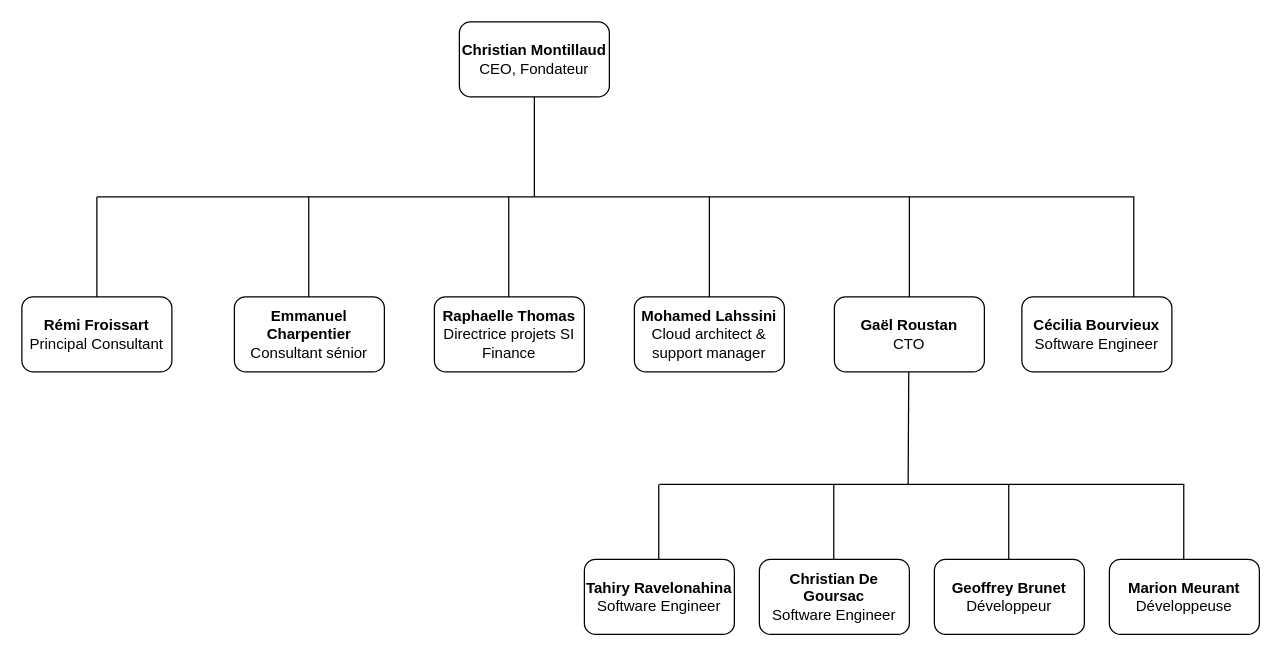
This is Drawio/organigramme.drawio from GeoffreyBrunet/memoire-i2, a draw.io file, before an edit. Source tidied: cells renumbered, new cells numbered last; positions are measured from the earlier drawing's top-left corner, leaving out a move shared by most shapes. Both pictures are drawn from the tidied source at 125%, with x=0, y=0 at pixel (21, 21).
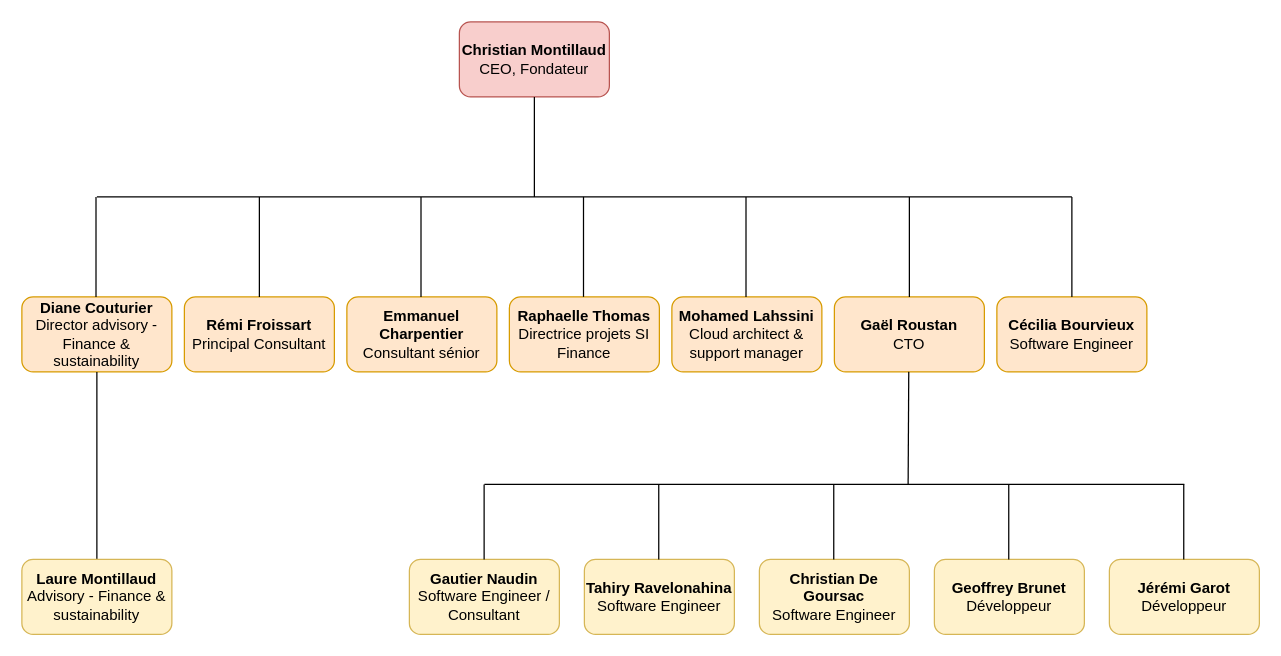
Above is the later version.

Change to the diagram source:
```diff
@@
-    <mxCell id="2" value="&lt;div&gt;&lt;b&gt;Christian Montillaud&lt;/b&gt;&lt;/div&gt;CEO, Fondateur" style="rounded=1;whiteSpace=wrap;html=1;" parent="1" vertex="1">
+    <mxCell id="2" value="&lt;div&gt;&lt;b&gt;Christian Montillaud&lt;/b&gt;&lt;/div&gt;CEO, Fondateur" style="rounded=1;whiteSpace=wrap;html=1;fillColor=#f8cecc;strokeColor=#b85450;" parent="1" vertex="1">
       <mxGeometry x="350" width="120" height="60" as="geometry" />
     </mxCell>
-    <mxCell id="3" value="&lt;div&gt;&lt;b&gt;Rémi Froissart&lt;/b&gt;&lt;/div&gt;&lt;div&gt;Principal Consultant&lt;br&gt;&lt;/div&gt;" style="rounded=1;whiteSpace=wrap;html=1;" parent="1" vertex="1">
-      <mxGeometry y="220" width="120" height="60" as="geometry" />
+    <mxCell id="3" value="&lt;div&gt;&lt;b&gt;Rémi Froissart&lt;/b&gt;&lt;/div&gt;&lt;div&gt;Principal Consultant&lt;br&gt;&lt;/div&gt;" style="rounded=1;whiteSpace=wrap;html=1;fillColor=#ffe6cc;strokeColor=#d79b00;" parent="1" vertex="1">
+      <mxGeometry x="130" y="220" width="120" height="60" as="geometry" />
     </mxCell>
-    <mxCell id="4" value="&lt;div&gt;&lt;b&gt;Gaël Roustan&lt;/b&gt;&lt;/div&gt;&lt;div&gt;CTO&lt;br&gt;&lt;/div&gt;" style="rounded=1;whiteSpace=wrap;html=1;" parent="1" vertex="1">
+    <mxCell id="4" value="&lt;div&gt;&lt;b&gt;Gaël Roustan&lt;/b&gt;&lt;/div&gt;&lt;div&gt;CTO&lt;br&gt;&lt;/div&gt;" style="rounded=1;whiteSpace=wrap;html=1;fillColor=#ffe6cc;strokeColor=#d79b00;" parent="1" vertex="1">
       <mxGeometry x="650" y="220" width="120" height="60" as="geometry" />
     </mxCell>
-    <mxCell id="5" value="&lt;div&gt;&lt;b&gt;Geoffrey Brunet&lt;/b&gt;&lt;br&gt;&lt;/div&gt;&lt;div&gt;Développeur&lt;br&gt;&lt;/div&gt;" style="rounded=1;whiteSpace=wrap;html=1;" parent="1" vertex="1">
+    <mxCell id="5" value="&lt;div&gt;&lt;b&gt;Geoffrey Brunet&lt;/b&gt;&lt;br&gt;&lt;/div&gt;&lt;div&gt;Développeur&lt;br&gt;&lt;/div&gt;" style="rounded=1;whiteSpace=wrap;html=1;fillColor=#fff2cc;strokeColor=#d6b656;" parent="1" vertex="1">
       <mxGeometry x="730" y="430" width="120" height="60" as="geometry" />
     </mxCell>
-    <mxCell id="6" value="&lt;div&gt;&lt;b&gt;Christian De Goursac&lt;/b&gt;&lt;br&gt;&lt;/div&gt;&lt;div&gt;Software Engineer&lt;br&gt;&lt;/div&gt;" style="rounded=1;whiteSpace=wrap;html=1;" parent="1" vertex="1">
+    <mxCell id="6" value="&lt;div&gt;&lt;b&gt;Christian De Goursac&lt;/b&gt;&lt;br&gt;&lt;/div&gt;&lt;div&gt;Software Engineer&lt;br&gt;&lt;/div&gt;" style="rounded=1;whiteSpace=wrap;html=1;fillColor=#fff2cc;strokeColor=#d6b656;" parent="1" vertex="1">
       <mxGeometry x="590" y="430" width="120" height="60" as="geometry" />
     </mxCell>
-    <mxCell id="7" value="&lt;div&gt;&lt;b&gt;Tahiry Ravelonahina&lt;/b&gt;&lt;br&gt;&lt;/div&gt;&lt;div&gt;Software Engineer&lt;br&gt;&lt;/div&gt;" style="rounded=1;whiteSpace=wrap;html=1;" parent="1" vertex="1">
+    <mxCell id="7" value="&lt;div&gt;&lt;b&gt;Tahiry Ravelonahina&lt;/b&gt;&lt;br&gt;&lt;/div&gt;&lt;div&gt;Software Engineer&lt;br&gt;&lt;/div&gt;" style="rounded=1;whiteSpace=wrap;html=1;fillColor=#fff2cc;strokeColor=#d6b656;" parent="1" vertex="1">
       <mxGeometry x="450" y="430" width="120" height="60" as="geometry" />
     </mxCell>
-    <mxCell id="8" value="&lt;div&gt;&lt;b&gt;Cécilia Bourvieux&lt;/b&gt;&lt;br&gt;&lt;/div&gt;&lt;div&gt;Software Engineer&lt;br&gt;&lt;/div&gt;" style="rounded=1;whiteSpace=wrap;html=1;" parent="1" vertex="1">
-      <mxGeometry x="800" y="220" width="120" height="60" as="geometry" />
+    <mxCell id="8" value="&lt;div&gt;&lt;b&gt;Cécilia Bourvieux&lt;/b&gt;&lt;br&gt;&lt;/div&gt;&lt;div&gt;Software Engineer&lt;br&gt;&lt;/div&gt;" style="rounded=1;whiteSpace=wrap;html=1;fillColor=#ffe6cc;strokeColor=#d79b00;" parent="1" vertex="1">
+      <mxGeometry x="780" y="220" width="120" height="60" as="geometry" />
     </mxCell>
-    <mxCell id="9" value="&lt;div&gt;&lt;b&gt;Raphaelle Thomas&lt;/b&gt;&lt;br&gt;&lt;/div&gt;&lt;div&gt;Directrice projets SI Finance&lt;br&gt;&lt;/div&gt;" style="rounded=1;whiteSpace=wrap;html=1;" parent="1" vertex="1">
-      <mxGeometry x="330" y="220" width="120" height="60" as="geometry" />
+    <mxCell id="9" value="&lt;div&gt;&lt;b&gt;Raphaelle Thomas&lt;/b&gt;&lt;br&gt;&lt;/div&gt;&lt;div&gt;Directrice projets SI Finance&lt;br&gt;&lt;/div&gt;" style="rounded=1;whiteSpace=wrap;html=1;fillColor=#ffe6cc;strokeColor=#d79b00;" parent="1" vertex="1">
+      <mxGeometry x="390" y="220" width="120" height="60" as="geometry" />
     </mxCell>
-    <mxCell id="10" value="&lt;div&gt;&lt;b&gt;Emmanuel Charpentier&lt;/b&gt;&lt;br&gt;&lt;/div&gt;&lt;div&gt;Consultant sénior&lt;br&gt;&lt;/div&gt;" style="rounded=1;whiteSpace=wrap;html=1;" parent="1" vertex="1">
-      <mxGeometry x="170" y="220" width="120" height="60" as="geometry" />
+    <mxCell id="10" value="&lt;div&gt;&lt;b&gt;Emmanuel Charpentier&lt;/b&gt;&lt;br&gt;&lt;/div&gt;&lt;div&gt;Consultant sénior&lt;br&gt;&lt;/div&gt;" style="rounded=1;whiteSpace=wrap;html=1;fillColor=#ffe6cc;strokeColor=#d79b00;" parent="1" vertex="1">
+      <mxGeometry x="260" y="220" width="120" height="60" as="geometry" />
     </mxCell>
-    <mxCell id="11" value="&lt;div&gt;&lt;b&gt;Mohamed Lahssini&lt;/b&gt;&lt;br&gt;&lt;/div&gt;&lt;div&gt;Cloud architect &amp;amp; support manager&lt;br&gt;&lt;/div&gt;" style="rounded=1;whiteSpace=wrap;html=1;" parent="1" vertex="1">
-      <mxGeometry x="490" y="220" width="120" height="60" as="geometry" />
+    <mxCell id="11" value="&lt;div&gt;&lt;b&gt;Mohamed Lahssini&lt;/b&gt;&lt;br&gt;&lt;/div&gt;&lt;div&gt;Cloud architect &amp;amp; support manager&lt;br&gt;&lt;/div&gt;" style="rounded=1;whiteSpace=wrap;html=1;fillColor=#ffe6cc;strokeColor=#d79b00;" parent="1" vertex="1">
+      <mxGeometry x="520" y="220" width="120" height="60" as="geometry" />
     </mxCell>
-    <mxCell id="12" value="&lt;div&gt;&lt;b&gt;Marion Meurant&lt;/b&gt;&lt;br&gt;&lt;/div&gt;&lt;div&gt;Développeuse&lt;br&gt;&lt;/div&gt;" style="rounded=1;whiteSpace=wrap;html=1;" parent="1" vertex="1">
+    <mxCell id="12" value="&lt;div&gt;&lt;span style=&quot;background-color: initial;&quot;&gt;&lt;b&gt;Jérémi Garot&lt;br&gt;&lt;/b&gt;Développeur&lt;/span&gt;&lt;br&gt;&lt;/div&gt;" style="rounded=1;whiteSpace=wrap;html=1;fillColor=#fff2cc;strokeColor=#d6b656;" parent="1" vertex="1">
       <mxGeometry x="870" y="430" width="120" height="60" as="geometry" />
     </mxCell>
     <mxCell id="13" style="endArrow=none;html=1;" parent="1" edge="1">
       <mxGeometry relative="1" as="geometry">
-        <mxPoint x="510" y="370" as="sourcePoint" />
+        <mxPoint x="370" y="370" as="sourcePoint" />
         <mxPoint x="930" y="370" as="targetPoint" />
       </mxGeometry>
     </mxCell>
@@
     <mxCell id="19" style="endArrow=none;html=1;" parent="1" edge="1">
       <mxGeometry relative="1" as="geometry">
         <mxPoint x="60" y="140" as="sourcePoint" />
-        <mxPoint x="890" y="140" as="targetPoint" />
+        <mxPoint x="840" y="140" as="targetPoint" />
       </mxGeometry>
     </mxCell>
@@
     <mxCell id="21" style="endArrow=none;html=1;exitX=0.5;exitY=0;exitDx=0;exitDy=0;" parent="1" edge="1" source="3">
       <mxGeometry relative="1" as="geometry">
-        <mxPoint x="60" y="140" as="targetPoint" />
+        <mxPoint x="190" y="140" as="targetPoint" />
       </mxGeometry>
     </mxCell>
     <mxCell id="22" style="endArrow=none;html=1;exitX=0.5;exitY=0;exitDx=0;exitDy=0;" parent="1" edge="1">
       <mxGeometry relative="1" as="geometry">
-        <mxPoint x="229.5" y="220" as="sourcePoint" />
-        <mxPoint x="229.5" y="140" as="targetPoint" />
+        <mxPoint x="319.3" y="220" as="sourcePoint" />
+        <mxPoint x="319.3" y="140" as="targetPoint" />
       </mxGeometry>
     </mxCell>
     <mxCell id="23" style="endArrow=none;html=1;exitX=0.5;exitY=0;exitDx=0;exitDy=0;" parent="1" edge="1">
       <mxGeometry relative="1" as="geometry">
-        <mxPoint x="389.5" y="220" as="sourcePoint" />
-        <mxPoint x="389.5" y="140" as="targetPoint" />
+        <mxPoint x="449.3" y="220" as="sourcePoint" />
+        <mxPoint x="449.3" y="140" as="targetPoint" />
       </mxGeometry>
     </mxCell>
     <mxCell id="24" style="endArrow=none;html=1;exitX=0.5;exitY=0;exitDx=0;exitDy=0;" parent="1" edge="1">
       <mxGeometry relative="1" as="geometry">
-        <mxPoint x="550" y="220" as="sourcePoint" />
-        <mxPoint x="550" y="140" as="targetPoint" />
+        <mxPoint x="579.3" y="220" as="sourcePoint" />
+        <mxPoint x="579.3" y="140" as="targetPoint" />
       </mxGeometry>
     </mxCell>
@@
-    <mxCell id="26" style="endArrow=none;html=1;exitX=0.5;exitY=0;exitDx=0;exitDy=0;" parent="1" edge="1">
+    <mxCell id="26" style="endArrow=none;html=1;exitX=0.5;exitY=0;exitDx=0;exitDy=0;" parent="1" edge="1" source="8">
       <mxGeometry relative="1" as="geometry">
-        <mxPoint x="889.5" y="220" as="sourcePoint" />
-        <mxPoint x="889.5" y="140" as="targetPoint" />
+        <mxPoint x="840" y="140" as="targetPoint" />
       </mxGeometry>
     </mxCell>
+    <mxCell id="27" value="&lt;div&gt;&lt;span style=&quot;background-color: initial;&quot;&gt;&lt;b&gt;Gautier Naudin&lt;br&gt;&lt;/b&gt;Software Engineer / Consultant&lt;/span&gt;&lt;br&gt;&lt;/div&gt;" style="rounded=1;whiteSpace=wrap;html=1;fillColor=#fff2cc;strokeColor=#d6b656;" parent="1" vertex="1">
+      <mxGeometry x="310" y="430" width="120" height="60" as="geometry" />
+    </mxCell>
+    <mxCell id="28" style="endArrow=none;html=1;exitX=0.5;exitY=0;exitDx=0;exitDy=0;" parent="1" edge="1">
+      <mxGeometry relative="1" as="geometry">
+        <mxPoint x="369.8" y="430" as="sourcePoint" />
+        <mxPoint x="369.8" y="370" as="targetPoint" />
+      </mxGeometry>
+    </mxCell>
+    <mxCell id="29" value="&lt;div&gt;&lt;b&gt;Diane Couturier&lt;/b&gt;&lt;/div&gt;&lt;div&gt;Director advisory - Finance &amp;amp; sustainability&lt;br&gt;&lt;/div&gt;" style="rounded=1;whiteSpace=wrap;html=1;fillColor=#ffe6cc;strokeColor=#d79b00;" parent="1" vertex="1">
+      <mxGeometry y="220" width="120" height="60" as="geometry" />
+    </mxCell>
+    <mxCell id="30" style="endArrow=none;html=1;exitX=0.5;exitY=0;exitDx=0;exitDy=0;" parent="1" edge="1">
+      <mxGeometry relative="1" as="geometry">
+        <mxPoint x="59.3" y="220" as="sourcePoint" />
+        <mxPoint x="59.3" y="140" as="targetPoint" />
+      </mxGeometry>
+    </mxCell>
+    <mxCell id="31" style="endArrow=none;html=1;entryX=0.5;entryY=1;entryDx=0;entryDy=0;exitX=0.5;exitY=0;exitDx=0;exitDy=0;" parent="1" edge="1" source="32" target="29">
+      <mxGeometry relative="1" as="geometry" />
+    </mxCell>
+    <mxCell id="32" value="&lt;div&gt;&lt;span style=&quot;background-color: initial;&quot;&gt;&lt;b&gt;Laure Montillaud&lt;br&gt;&lt;/b&gt;&lt;/span&gt;Advisory - Finance &amp;amp; sustainability&lt;br&gt;&lt;/div&gt;" style="rounded=1;whiteSpace=wrap;html=1;fillColor=#fff2cc;strokeColor=#d6b656;" parent="1" vertex="1">
+      <mxGeometry y="430" width="120" height="60" as="geometry" />
+    </mxCell>
```
